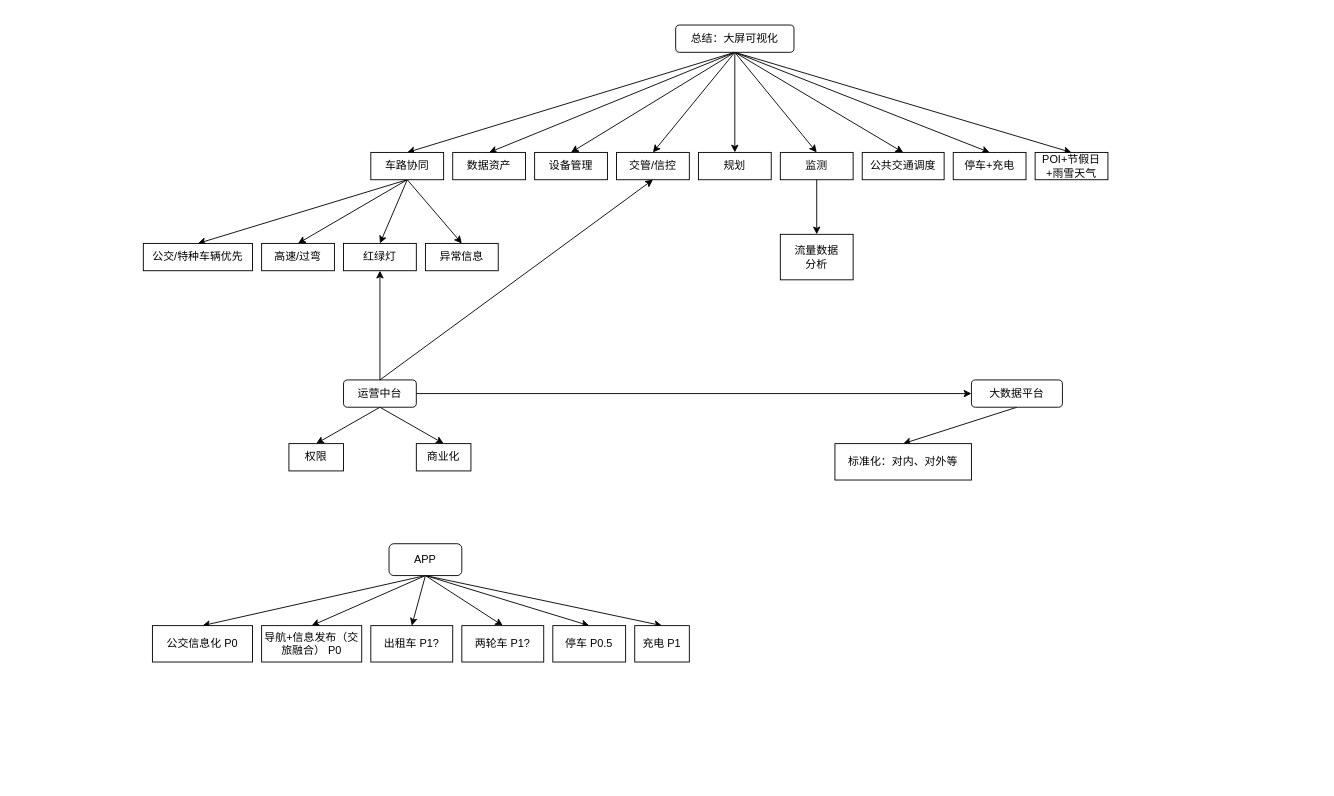
Before: 雄安交通产品需求list总结.drawio in liu12fei08fei/draw-io, a draw.io diagram. Source tidied: cells renumbered, new cells numbered last; positions are measured from the earlier drawing's top-left corner, leaving out a move shared by most shapes. Both pictures are drawn from the tidied source at 91%, with x=0, y=0 at pixel (143, 25).
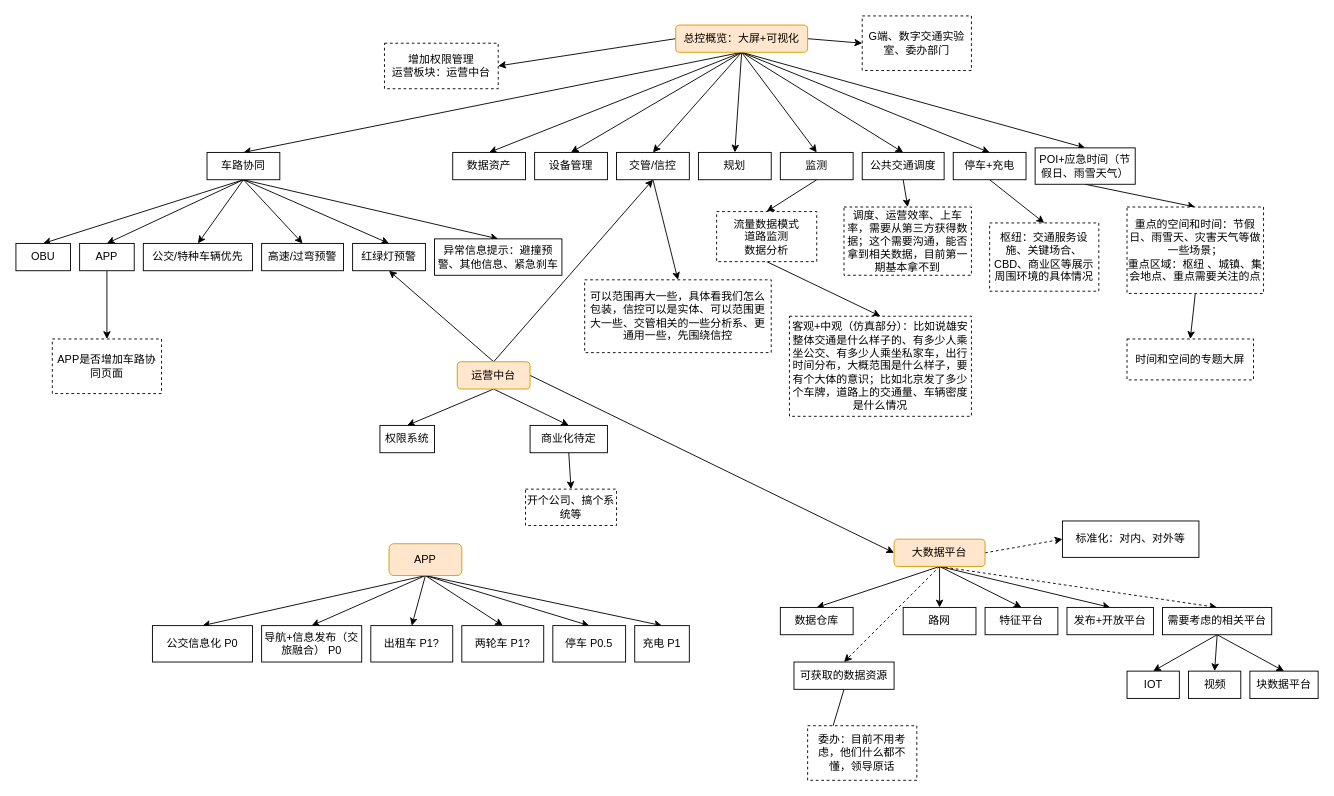
Above is the later version.

Commit message:
更新雄安交通产品需求list总结.drawio

Unchanged cells that the change refers to:
```xml
<mxCell id="23" value="交管/信控" style="rounded=0;whiteSpace=wrap;html=1;" parent="1" vertex="1">
  <mxGeometry x="520" y="140" width="80" height="30" as="geometry" />
</mxCell>
<mxCell id="27" value="公共交通调度" style="rounded=0;whiteSpace=wrap;html=1;" parent="1" vertex="1">
  <mxGeometry x="790" y="140" width="90" height="30" as="geometry" />
</mxCell>
<mxCell id="28" value="停车+充电" style="rounded=0;whiteSpace=wrap;html=1;" parent="1" vertex="1">
  <mxGeometry x="890" y="140" width="80" height="30" as="geometry" />
</mxCell>
```

The edit, as a diff of the source:
```diff
@@
+    <mxCell id="55" style="edgeStyle=none;rounded=0;jettySize=auto;html=1;exitX=1;exitY=0.5;exitDx=0;exitDy=0;entryX=0;entryY=0.5;entryDx=0;entryDy=0;" parent="1" edge="1" source="11" target="78">
+      <mxGeometry relative="1" as="geometry" />
+    </mxCell>
+    <mxCell id="56" style="edgeStyle=none;rounded=0;jettySize=auto;html=1;exitX=0;exitY=0.5;exitDx=0;exitDy=0;entryX=1;entryY=0.5;entryDx=0;entryDy=0;" parent="1" edge="1" source="11" target="79">
+      <mxGeometry relative="1" as="geometry" />
+    </mxCell>
-    <mxCell id="11" value="总结：大屏可视化" style="rounded=1;whiteSpace=wrap;html=1;" parent="1" vertex="1">
-      <mxGeometry x="585" width="130" height="30" as="geometry" />
+    <mxCell id="11" value="总控概览：大屏+可视化" style="rounded=1;whiteSpace=wrap;html=1;fillColor=#ffe6cc;strokeColor=#d79b00;" parent="1" vertex="1">
+      <mxGeometry x="585" width="145" height="30" as="geometry" />
     </mxCell>
@@
+    <mxCell id="57" style="edgeStyle=none;rounded=0;jettySize=auto;html=1;exitX=0.5;exitY=1;exitDx=0;exitDy=0;entryX=0.5;entryY=0;entryDx=0;entryDy=0;" parent="1" edge="1" source="16" target="97">
+      <mxGeometry relative="1" as="geometry" />
+    </mxCell>
+    <mxCell id="58" style="edgeStyle=none;rounded=0;jettySize=auto;html=1;exitX=0.5;exitY=1;exitDx=0;exitDy=0;entryX=0.5;entryY=0;entryDx=0;entryDy=0;" parent="1" edge="1" source="16" target="95">
+      <mxGeometry relative="1" as="geometry" />
+    </mxCell>
     <mxCell id="16" value="车路协同" style="rounded=0;whiteSpace=wrap;html=1;" parent="1" vertex="1">
-      <mxGeometry x="250" y="140" width="80" height="30" as="geometry" />
+      <mxGeometry x="70" y="140" width="80" height="30" as="geometry" />
     </mxCell>
@@
-    <mxCell id="18" value="高速/过弯" style="rounded=0;whiteSpace=wrap;html=1;" parent="1" vertex="1">
-      <mxGeometry x="130" y="240" width="80" height="30" as="geometry" />
+    <mxCell id="18" value="高速/过弯预警" style="rounded=0;whiteSpace=wrap;html=1;" parent="1" vertex="1">
+      <mxGeometry x="130" y="240" width="90" height="30" as="geometry" />
     </mxCell>
-    <mxCell id="19" value="红绿灯" style="rounded=0;whiteSpace=wrap;html=1;" parent="1" vertex="1">
-      <mxGeometry x="220" y="240" width="80" height="30" as="geometry" />
+    <mxCell id="19" value="红绿灯预警" style="rounded=0;whiteSpace=wrap;html=1;" parent="1" vertex="1">
+      <mxGeometry x="230" y="240" width="80" height="30" as="geometry" />
     </mxCell>
-    <mxCell id="20" value="异常信息" style="rounded=0;whiteSpace=wrap;html=1;" parent="1" vertex="1">
-      <mxGeometry x="310" y="240" width="80" height="30" as="geometry" />
+    <mxCell id="20" value="异常信息提示：避撞预警、其他信息、紧急刹车" style="rounded=0;whiteSpace=wrap;html=1;" parent="1" vertex="1">
+      <mxGeometry x="320" y="235" width="140" height="40" as="geometry" />
     </mxCell>
@@
+    <mxCell id="59" style="edgeStyle=none;rounded=0;jettySize=auto;html=1;exitX=0.5;exitY=1;exitDx=0;exitDy=0;entryX=0.5;entryY=0;entryDx=0;entryDy=0;" parent="1" edge="1" source="23" target="71">
+      <mxGeometry relative="1" as="geometry" />
+    </mxCell>
@@
+    <mxCell id="60" style="edgeStyle=none;rounded=0;jettySize=auto;html=1;exitX=0.5;exitY=1;exitDx=0;exitDy=0;entryX=0.5;entryY=0;entryDx=0;entryDy=0;" parent="1" edge="1" source="27" target="73">
+      <mxGeometry relative="1" as="geometry" />
+    </mxCell>
@@
+    <mxCell id="61" style="edgeStyle=none;rounded=0;jettySize=auto;html=1;exitX=0.5;exitY=1;exitDx=0;exitDy=0;entryX=0.5;entryY=0;entryDx=0;entryDy=0;" parent="1" edge="1" source="28" target="74">
+      <mxGeometry relative="1" as="geometry" />
+    </mxCell>
@@
+    <mxCell id="62" style="edgeStyle=none;rounded=0;jettySize=auto;html=1;exitX=0.5;exitY=1;exitDx=0;exitDy=0;entryX=0.5;entryY=0;entryDx=0;entryDy=0;" parent="1" edge="1" source="29" target="72">
+      <mxGeometry relative="1" as="geometry" />
+    </mxCell>
-    <mxCell id="29" value="流量数据&lt;br&gt;分析" style="rounded=0;whiteSpace=wrap;html=1;" parent="1" vertex="1">
-      <mxGeometry x="700" y="230" width="80" height="50" as="geometry" />
+    <mxCell id="29" value="流量数据模式&lt;br&gt;道路监测&lt;br&gt;数据分析" style="rounded=0;whiteSpace=wrap;html=1;dashed=1;" parent="1" vertex="1">
+      <mxGeometry x="630" y="205" width="110" height="55" as="geometry" />
     </mxCell>
+    <mxCell id="63" style="edgeStyle=none;rounded=0;jettySize=auto;html=1;exitX=0.5;exitY=1;exitDx=0;exitDy=0;entryX=0.5;entryY=0;entryDx=0;entryDy=0;" parent="1" edge="1" source="30" target="76">
+      <mxGeometry relative="1" as="geometry" />
+    </mxCell>
-    <mxCell id="30" value="POI+节假日+雨雪天气" style="rounded=0;whiteSpace=wrap;html=1;" parent="1" vertex="1">
-      <mxGeometry x="980" y="140" width="80" height="30" as="geometry" />
+    <mxCell id="30" value="POI+应急时间（节假日、雨雪天气）" style="rounded=0;whiteSpace=wrap;html=1;" parent="1" vertex="1">
+      <mxGeometry x="980" y="135" width="110" height="40" as="geometry" />
     </mxCell>
@@
-    <mxCell id="36" value="运营中台" style="rounded=1;whiteSpace=wrap;html=1;" parent="1" vertex="1">
-      <mxGeometry x="220" y="390" width="80" height="30" as="geometry" />
+    <mxCell id="36" value="运营中台" style="rounded=1;whiteSpace=wrap;html=1;fillColor=#ffe6cc;strokeColor=#d79b00;" parent="1" vertex="1">
+      <mxGeometry x="345" y="370" width="80" height="30" as="geometry" />
     </mxCell>
-    <mxCell id="37" value="权限" style="rounded=0;whiteSpace=wrap;html=1;" parent="1" vertex="1">
-      <mxGeometry x="160" y="460" width="60" height="30" as="geometry" />
+    <mxCell id="37" value="权限系统" style="rounded=0;whiteSpace=wrap;html=1;" parent="1" vertex="1">
+      <mxGeometry x="260" y="440" width="60" height="30" as="geometry" />
     </mxCell>
+    <mxCell id="64" style="edgeStyle=none;rounded=0;jettySize=auto;html=1;exitX=0.5;exitY=1;exitDx=0;exitDy=0;entryX=0.5;entryY=0;entryDx=0;entryDy=0;" parent="1" edge="1" source="38" target="80">
+      <mxGeometry relative="1" as="geometry" />
+    </mxCell>
-    <mxCell id="38" value="商业化" style="rounded=0;whiteSpace=wrap;html=1;" parent="1" vertex="1">
-      <mxGeometry x="300" y="460" width="60" height="30" as="geometry" />
+    <mxCell id="38" value="商业化待定" style="rounded=0;whiteSpace=wrap;html=1;" parent="1" vertex="1">
+      <mxGeometry x="425" y="440" width="85" height="30" as="geometry" />
     </mxCell>
@@
-    <mxCell id="45" value="APP" style="rounded=1;whiteSpace=wrap;html=1;" parent="1" vertex="1">
+    <mxCell id="45" value="APP" style="rounded=1;whiteSpace=wrap;html=1;fillColor=#ffe6cc;strokeColor=#d79b00;" parent="1" vertex="1">
       <mxGeometry x="270" y="570" width="80" height="35" as="geometry" />
     </mxCell>
@@
-    <mxCell id="52" style="edgeStyle=none;rounded=0;jettySize=auto;html=1;exitX=0.5;exitY=1;exitDx=0;exitDy=0;entryX=0.5;entryY=0;entryDx=0;entryDy=0;" parent="1" edge="1" source="53" target="54">
+    <mxCell id="52" style="edgeStyle=none;rounded=0;jettySize=auto;html=1;exitX=1;exitY=0.5;exitDx=0;exitDy=0;entryX=0;entryY=0.5;entryDx=0;entryDy=0;dashed=1;" parent="1" edge="1" source="53" target="54">
       <mxGeometry relative="1" as="geometry" />
     </mxCell>
+    <mxCell id="65" style="edgeStyle=none;rounded=0;jettySize=auto;html=1;exitX=0.5;exitY=1;exitDx=0;exitDy=0;entryX=0.5;entryY=0;entryDx=0;entryDy=0;" parent="1" edge="1" source="53" target="81">
+      <mxGeometry relative="1" as="geometry" />
+    </mxCell>
+    <mxCell id="66" style="edgeStyle=none;rounded=0;jettySize=auto;html=1;exitX=0.5;exitY=1;exitDx=0;exitDy=0;entryX=0.5;entryY=0;entryDx=0;entryDy=0;dashed=1;" parent="1" edge="1" source="53" target="83">
+      <mxGeometry relative="1" as="geometry" />
+    </mxCell>
+    <mxCell id="67" style="edgeStyle=none;rounded=0;jettySize=auto;html=1;exitX=0.5;exitY=1;exitDx=0;exitDy=0;entryX=0.5;entryY=0;entryDx=0;entryDy=0;" parent="1" edge="1" source="53" target="85">
+      <mxGeometry relative="1" as="geometry" />
+    </mxCell>
+    <mxCell id="68" style="edgeStyle=none;rounded=0;jettySize=auto;html=1;exitX=0.5;exitY=1;exitDx=0;exitDy=0;entryX=0.5;entryY=0;entryDx=0;entryDy=0;" parent="1" edge="1" source="53" target="86">
+      <mxGeometry relative="1" as="geometry" />
+    </mxCell>
+    <mxCell id="69" style="edgeStyle=none;rounded=0;jettySize=auto;html=1;exitX=0.5;exitY=1;exitDx=0;exitDy=0;entryX=0.5;entryY=0;entryDx=0;entryDy=0;" parent="1" edge="1" source="53" target="87">
+      <mxGeometry relative="1" as="geometry" />
+    </mxCell>
+    <mxCell id="70" style="edgeStyle=none;rounded=0;jettySize=auto;html=1;exitX=0.5;exitY=1;exitDx=0;exitDy=0;entryX=0.5;entryY=0;entryDx=0;entryDy=0;dashed=1;" parent="1" edge="1" source="53" target="91">
+      <mxGeometry relative="1" as="geometry" />
+    </mxCell>
-    <mxCell id="53" value="大数据平台" style="rounded=1;whiteSpace=wrap;html=1;" parent="1" vertex="1">
-      <mxGeometry x="910" y="390" width="100" height="30" as="geometry" />
+    <mxCell id="53" value="大数据平台" style="rounded=1;whiteSpace=wrap;html=1;fillColor=#ffe6cc;strokeColor=#d79b00;" parent="1" vertex="1">
+      <mxGeometry x="825" y="565" width="100" height="30" as="geometry" />
     </mxCell>
     <mxCell id="54" value="标准化：对内、对外等" style="rounded=0;whiteSpace=wrap;html=1;" parent="1" vertex="1">
-      <mxGeometry x="760" y="460" width="150" height="40" as="geometry" />
+      <mxGeometry x="1010" y="545" width="150" height="40" as="geometry" />
     </mxCell>
+    <mxCell id="71" value="可以范围再大一些，具体看我们怎么包装，信控可以是实体、可以范围更大一些、交管相关的一些分析系、更通用一些，先围绕信控" style="rounded=0;whiteSpace=wrap;html=1;dashed=1;" parent="1" vertex="1">
+      <mxGeometry x="485" y="280" width="205" height="80" as="geometry" />
+    </mxCell>
+    <mxCell id="72" value="客观+中观（仿真部分）：比如说雄安整体交通是什么样子的、有多少人乘坐公交、有多少人乘坐私家车，出行时间分布，大概范围是什么样子，要有个大体的意识；比如北京发了多少个车牌，道路上的交通量、车辆密度是什么情况" style="rounded=0;whiteSpace=wrap;html=1;dashed=1;" parent="1" vertex="1">
+      <mxGeometry x="710" y="320" width="200" height="110" as="geometry" />
+    </mxCell>
+    <mxCell id="73" value="调度、运营效率、上车率，需要从第三方获得数据；这个需要沟通，能否拿到相关数据，目前第一期基本拿不到" style="rounded=0;whiteSpace=wrap;html=1;dashed=1;" parent="1" vertex="1">
+      <mxGeometry x="770" y="200" width="140" height="75" as="geometry" />
+    </mxCell>
+    <mxCell id="74" value="枢纽：交通服务设施、关键场合、CBD、商业区等展示周围环境的具体情况" style="rounded=0;whiteSpace=wrap;html=1;dashed=1;" parent="1" vertex="1">
+      <mxGeometry x="930" y="217.5" width="120" height="75" as="geometry" />
+    </mxCell>
+    <mxCell id="75" style="edgeStyle=none;rounded=0;jettySize=auto;html=1;exitX=0.5;exitY=1;exitDx=0;exitDy=0;entryX=0.5;entryY=0;entryDx=0;entryDy=0;" parent="1" edge="1" source="76" target="77">
+      <mxGeometry relative="1" as="geometry" />
+    </mxCell>
+    <mxCell id="76" value="重点的空间和时间：节假日、雨雪天、灾害天气等做一些场景；&lt;br&gt;重点区域：枢纽 、城镇、集会地点、重点需要关注的点" style="rounded=0;whiteSpace=wrap;html=1;dashed=1;" parent="1" vertex="1">
+      <mxGeometry x="1081" y="200" width="150" height="95" as="geometry" />
+    </mxCell>
+    <mxCell id="77" value="时间和空间的专题大屏" style="rounded=0;whiteSpace=wrap;html=1;dashed=1;" parent="1" vertex="1">
+      <mxGeometry x="1081" y="345" width="139" height="45" as="geometry" />
+    </mxCell>
+    <mxCell id="78" value="G端、数字交通实验室、委办部门" style="rounded=0;whiteSpace=wrap;html=1;dashed=1;" parent="1" vertex="1">
+      <mxGeometry x="790" y="-10" width="120" height="60" as="geometry" />
+    </mxCell>
+    <mxCell id="79" value="增加权限管理&lt;br&gt;运营板块：运营中台" style="rounded=0;whiteSpace=wrap;html=1;dashed=1;" parent="1" vertex="1">
+      <mxGeometry x="265" y="20" width="125" height="50" as="geometry" />
+    </mxCell>
+    <mxCell id="80" value="开个公司、搞个系统等" style="rounded=0;whiteSpace=wrap;html=1;dashed=1;" parent="1" vertex="1">
+      <mxGeometry x="420" y="510" width="100" height="40" as="geometry" />
+    </mxCell>
+    <mxCell id="81" value="数据仓库" style="rounded=0;whiteSpace=wrap;html=1;" parent="1" vertex="1">
+      <mxGeometry x="700" y="640" width="80" height="30" as="geometry" />
+    </mxCell>
+    <mxCell id="82" style="edgeStyle=none;rounded=0;jettySize=auto;html=1;exitX=0.5;exitY=1;exitDx=0;exitDy=0;entryX=0.5;entryY=0;entryDx=0;entryDy=0;" parent="1" edge="1" source="83">
+      <mxGeometry relative="1" as="geometry">
+        <mxPoint x="755" y="780" as="targetPoint" />
+      </mxGeometry>
+    </mxCell>
+    <mxCell id="83" value="可获取的数据资源" style="rounded=0;whiteSpace=wrap;html=1;" parent="1" vertex="1">
+      <mxGeometry x="715" y="700" width="110" height="30" as="geometry" />
+    </mxCell>
+    <mxCell id="84" value="委办：目前不用考虑，他们什么都不懂，领导原话" style="rounded=0;whiteSpace=wrap;html=1;dashed=1;" parent="1" vertex="1">
+      <mxGeometry x="730" y="770" width="120" height="60" as="geometry" />
+    </mxCell>
+    <mxCell id="85" value="路网" style="rounded=0;whiteSpace=wrap;html=1;" parent="1" vertex="1">
+      <mxGeometry x="835" y="640" width="80" height="30" as="geometry" />
+    </mxCell>
+    <mxCell id="86" value="特征平台" style="rounded=0;whiteSpace=wrap;html=1;" parent="1" vertex="1">
+      <mxGeometry x="925" y="640" width="80" height="30" as="geometry" />
+    </mxCell>
+    <mxCell id="87" value="发布+开放平台" style="rounded=0;whiteSpace=wrap;html=1;" parent="1" vertex="1">
+      <mxGeometry x="1015" y="640" width="95" height="30" as="geometry" />
+    </mxCell>
+    <mxCell id="88" style="edgeStyle=none;rounded=0;jettySize=auto;html=1;exitX=0.5;exitY=1;exitDx=0;exitDy=0;entryX=0.5;entryY=0;entryDx=0;entryDy=0;" parent="1" edge="1" source="91" target="92">
+      <mxGeometry relative="1" as="geometry" />
+    </mxCell>
+    <mxCell id="89" style="edgeStyle=none;rounded=0;jettySize=auto;html=1;exitX=0.5;exitY=1;exitDx=0;exitDy=0;entryX=0.5;entryY=0;entryDx=0;entryDy=0;" parent="1" edge="1" source="91" target="93">
+      <mxGeometry relative="1" as="geometry" />
+    </mxCell>
+    <mxCell id="90" style="edgeStyle=none;rounded=0;jettySize=auto;html=1;exitX=0.5;exitY=1;exitDx=0;exitDy=0;entryX=0.5;entryY=0;entryDx=0;entryDy=0;" parent="1" edge="1" source="91" target="94">
+      <mxGeometry relative="1" as="geometry" />
+    </mxCell>
+    <mxCell id="91" value="需要考虑的相关平台" style="rounded=0;whiteSpace=wrap;html=1;" parent="1" vertex="1">
+      <mxGeometry x="1120" y="640" width="120" height="30" as="geometry" />
+    </mxCell>
+    <mxCell id="92" value="IOT" style="rounded=0;whiteSpace=wrap;html=1;" parent="1" vertex="1">
+      <mxGeometry x="1081" y="710" width="57.5" height="30" as="geometry" />
+    </mxCell>
+    <mxCell id="93" value="视频" style="rounded=0;whiteSpace=wrap;html=1;" parent="1" vertex="1">
+      <mxGeometry x="1148.5" y="710" width="57.5" height="30" as="geometry" />
+    </mxCell>
+    <mxCell id="94" value="块数据平台" style="rounded=0;whiteSpace=wrap;html=1;" parent="1" vertex="1">
+      <mxGeometry x="1216" y="710" width="75" height="30" as="geometry" />
+    </mxCell>
+    <mxCell id="95" value="OBU" style="rounded=0;whiteSpace=wrap;html=1;" parent="1" vertex="1">
+      <mxGeometry x="-140" y="240" width="60" height="30" as="geometry" />
+    </mxCell>
+    <mxCell id="96" style="edgeStyle=none;rounded=0;jettySize=auto;html=1;exitX=0.5;exitY=1;exitDx=0;exitDy=0;entryX=0.5;entryY=0;entryDx=0;entryDy=0;" parent="1" edge="1" source="97" target="98">
+      <mxGeometry relative="1" as="geometry" />
+    </mxCell>
+    <mxCell id="97" value="APP" style="rounded=0;whiteSpace=wrap;html=1;" parent="1" vertex="1">
+      <mxGeometry x="-70" y="240" width="60" height="30" as="geometry" />
+    </mxCell>
+    <mxCell id="98" value="APP是否增加车路协同页面" style="rounded=0;whiteSpace=wrap;html=1;dashed=1;" parent="1" vertex="1">
+      <mxGeometry x="-100" y="345" width="120" height="60" as="geometry" />
+    </mxCell>
```
